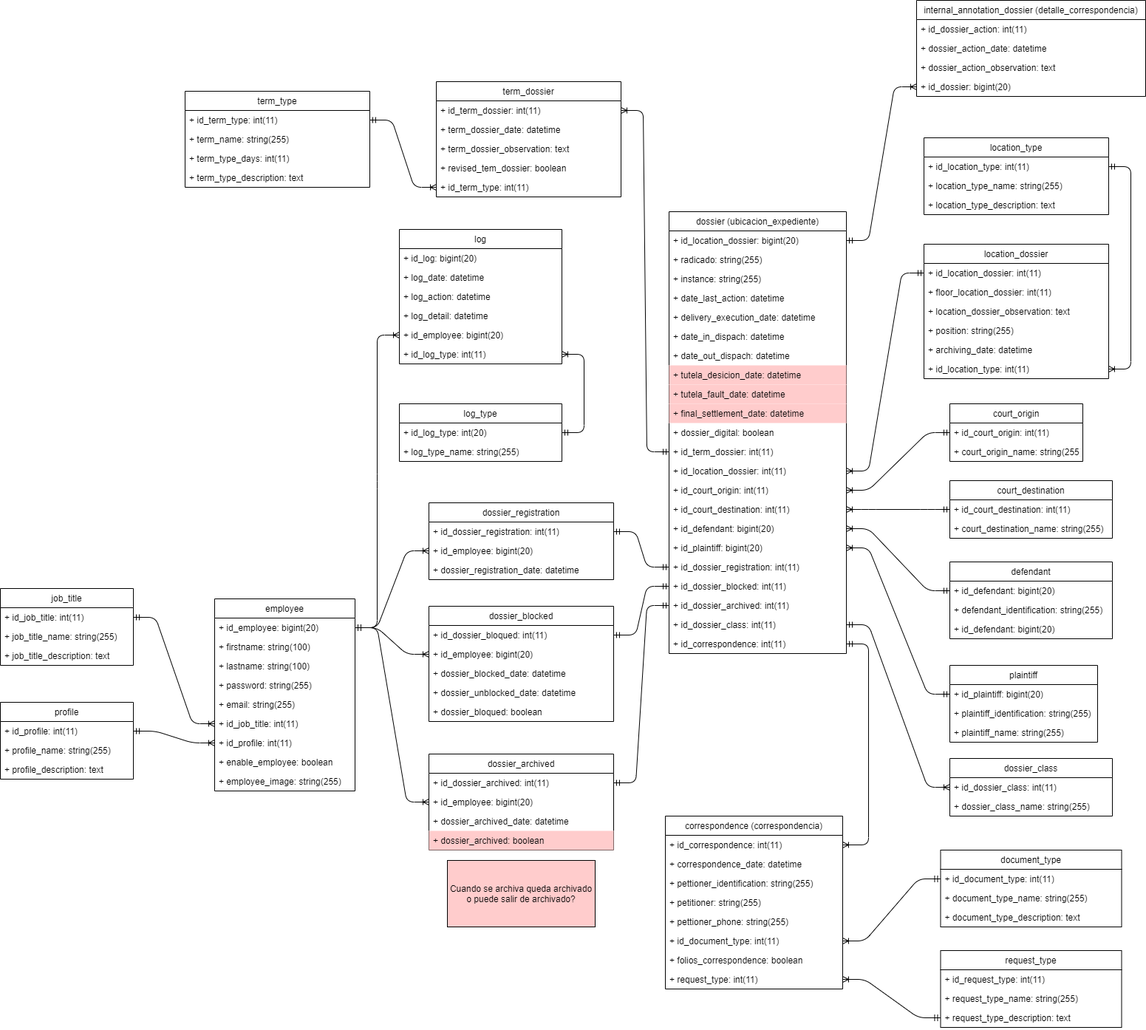
Earlier version of the draw.io export laborales/database/laborales.drawio.png (jonanv/ejecucion2). Source tidied: cells renumbered, new cells last; positions are measured from the earlier drawing's top-left corner, leaving out a move shared by most shapes.
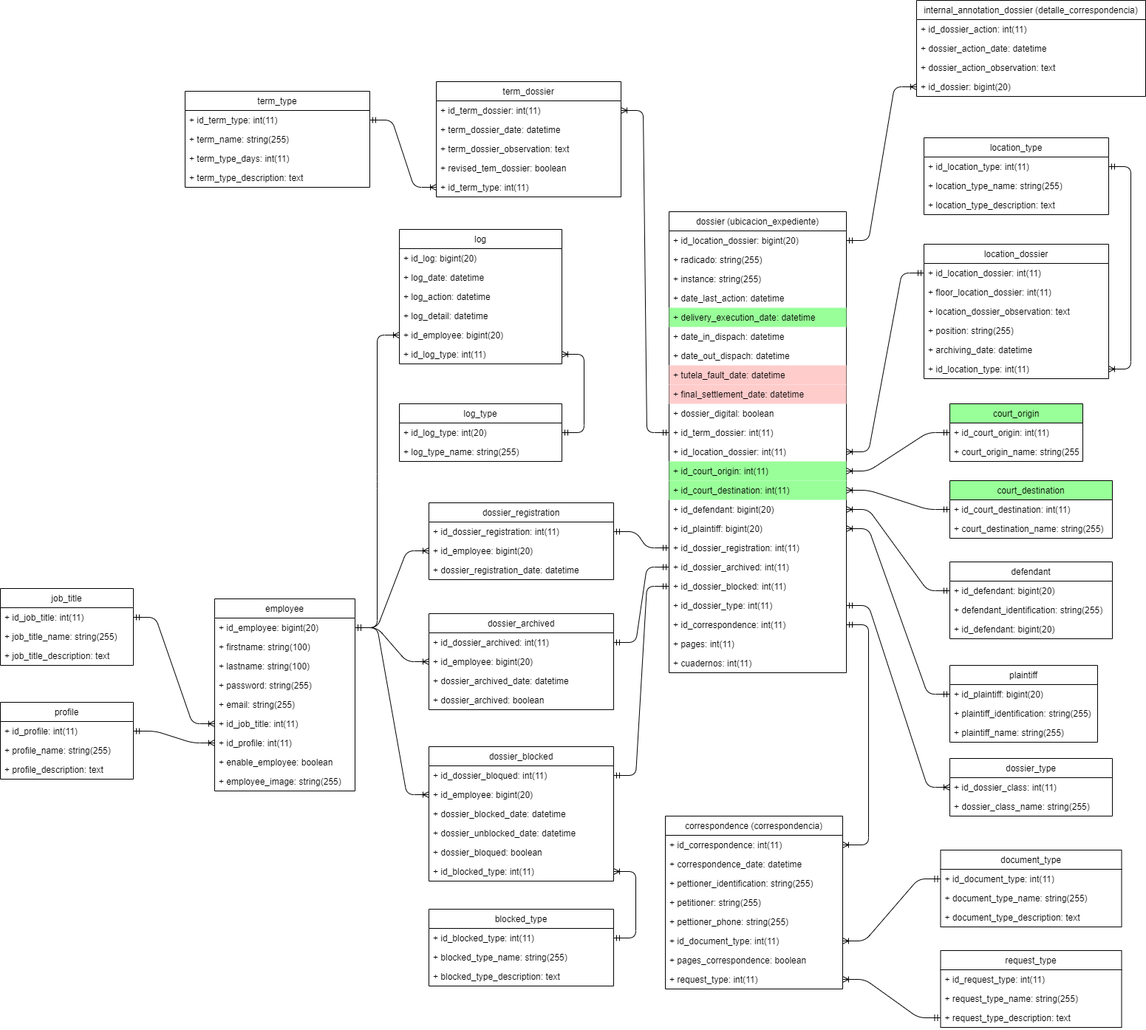
Above is the later version.

What changed in the source:
```diff
@@ -86,7 +86,7 @@
     <mxCell id="29" value="+ plaintiff_name: string(255)" style="text;strokeColor=none;fillColor=none;align=left;verticalAlign=top;spacingLeft=4;spacingRight=4;overflow=hidden;" parent="26" vertex="1">
       <mxGeometry y="78" width="200" height="26" as="geometry" />
     </mxCell>
-    <mxCell id="30" value="court_origin" style="swimlane;fontStyle=0;horizontal=1;startSize=26;fillColor=none;" parent="1" vertex="1">
+    <mxCell id="30" value="court_origin" style="swimlane;fontStyle=0;horizontal=1;startSize=26;fillColor=#99FF99;" parent="1" vertex="1">
       <mxGeometry x="1285" y="546" width="180" height="78" as="geometry" />
     </mxCell>
     <mxCell id="31" value="+ id_court_origin: int(11)" style="text;strokeColor=none;fillColor=none;align=left;verticalAlign=top;spacingLeft=4;spacingRight=4;overflow=hidden;points=[[0,0.5],[1,0.5]];portConstraint=eastwest;" parent="30" vertex="1">
@@ -95,7 +95,7 @@
     <mxCell id="32" value="+ court_origin_name: string(255)" style="text;strokeColor=none;fillColor=none;align=left;verticalAlign=top;spacingLeft=4;spacingRight=4;overflow=hidden;" parent="30" vertex="1">
       <mxGeometry y="52" width="180" height="26" as="geometry" />
     </mxCell>
-    <mxCell id="33" value="court_destination" style="swimlane;fontStyle=0;horizontal=1;startSize=26;fillColor=none;" parent="1" vertex="1">
+    <mxCell id="33" value="court_destination" style="swimlane;fontStyle=0;horizontal=1;startSize=26;fillColor=#99FF99;" parent="1" vertex="1">
       <mxGeometry x="1285" y="650" width="220" height="78" as="geometry" />
     </mxCell>
     <mxCell id="34" value="+ id_court_destination: int(11)" style="text;strokeColor=none;fillColor=none;align=left;verticalAlign=top;spacingLeft=4;spacingRight=4;overflow=hidden;points=[[0,0.5],[1,0.5]];portConstraint=eastwest;" parent="33" vertex="1">
@@ -105,7 +105,7 @@
       <mxGeometry y="52" width="220" height="26" as="geometry" />
     </mxCell>
     <mxCell id="36" value="dossier (ubicacion_expediente)" style="swimlane;fontStyle=0;horizontal=1;startSize=26;fillColor=none;" parent="1" vertex="1">
-      <mxGeometry x="905" y="286" width="240" height="598" as="geometry" />
+      <mxGeometry x="905" y="286" width="240" height="624" as="geometry" />
     </mxCell>
     <mxCell id="37" value="+ id_location_dossier: bigint(20)" style="text;strokeColor=none;fillColor=none;align=left;verticalAlign=top;spacingLeft=4;spacingRight=4;overflow=hidden;points=[[0,0.5],[1,0.5]];portConstraint=eastwest;" parent="36" vertex="1">
       <mxGeometry y="26" width="240" height="26" as="geometry" />
@@ -119,7 +119,7 @@
     <mxCell id="40" value="+ date_last_action: datetime" style="text;strokeColor=none;fillColor=none;align=left;verticalAlign=top;spacingLeft=4;spacingRight=4;overflow=hidden;" parent="36" vertex="1">
       <mxGeometry y="104" width="240" height="26" as="geometry" />
     </mxCell>
-    <mxCell id="41" value="+ delivery_execution_date: datetime" style="text;strokeColor=none;fillColor=none;align=left;verticalAlign=top;spacingLeft=4;spacingRight=4;overflow=hidden;" parent="36" vertex="1">
+    <mxCell id="41" value="+ delivery_execution_date: datetime" style="text;strokeColor=none;fillColor=#99FF99;align=left;verticalAlign=top;spacingLeft=4;spacingRight=4;overflow=hidden;" parent="36" vertex="1">
       <mxGeometry y="130" width="240" height="26" as="geometry" />
     </mxCell>
     <mxCell id="42" value="+ date_in_dispach: datetime" style="text;strokeColor=none;fillColor=none;align=left;verticalAlign=top;spacingLeft=4;spacingRight=4;overflow=hidden;" parent="36" vertex="1">
@@ -128,51 +128,54 @@
     <mxCell id="43" value="+ date_out_dispach: datetime" style="text;strokeColor=none;fillColor=none;align=left;verticalAlign=top;spacingLeft=4;spacingRight=4;overflow=hidden;" parent="36" vertex="1">
       <mxGeometry y="182" width="240" height="26" as="geometry" />
     </mxCell>
-    <mxCell id="44" value="+ tutela_desicion_date: datetime" style="text;strokeColor=none;fillColor=#FFCCCC;align=left;verticalAlign=top;spacingLeft=4;spacingRight=4;overflow=hidden;" parent="36" vertex="1">
-      <mxGeometry y="208" width="240" height="26" as="geometry" />
-    </mxCell>
     <mxCell id="45" value="+ tutela_fault_date: datetime" style="text;strokeColor=none;fillColor=#FFCCCC;align=left;verticalAlign=top;spacingLeft=4;spacingRight=4;overflow=hidden;" parent="36" vertex="1">
-      <mxGeometry y="234" width="240" height="26" as="geometry" />
+      <mxGeometry y="208" width="240" height="26" as="geometry" />
     </mxCell>
     <mxCell id="46" value="+ final_settlement_date: datetime" style="text;strokeColor=none;fillColor=#FFCCCC;align=left;verticalAlign=top;spacingLeft=4;spacingRight=4;overflow=hidden;" parent="36" vertex="1">
-      <mxGeometry y="260" width="240" height="26" as="geometry" />
+      <mxGeometry y="234" width="240" height="26" as="geometry" />
     </mxCell>
     <mxCell id="47" value="+ dossier_digital: boolean" style="text;strokeColor=none;fillColor=none;align=left;verticalAlign=top;spacingLeft=4;spacingRight=4;overflow=hidden;" parent="36" vertex="1">
-      <mxGeometry y="286" width="240" height="26" as="geometry" />
+      <mxGeometry y="260" width="240" height="26" as="geometry" />
     </mxCell>
     <mxCell id="48" value="+ id_term_dossier: int(11)" style="text;strokeColor=none;fillColor=none;align=left;verticalAlign=top;spacingLeft=4;spacingRight=4;overflow=hidden;points=[[0,0.5],[1,0.5]];portConstraint=eastwest;" parent="36" vertex="1">
-      <mxGeometry y="312" width="240" height="26" as="geometry" />
+      <mxGeometry y="286" width="240" height="26" as="geometry" />
     </mxCell>
     <mxCell id="49" value="+ id_location_dossier: int(11)" style="text;strokeColor=none;fillColor=none;align=left;verticalAlign=top;spacingLeft=4;spacingRight=4;overflow=hidden;points=[[0,0.5],[1,0.5]];portConstraint=eastwest;" parent="36" vertex="1">
-      <mxGeometry y="338" width="240" height="26" as="geometry" />
+      <mxGeometry y="312" width="240" height="26" as="geometry" />
     </mxCell>
-    <mxCell id="50" value="+ id_court_origin: int(11)" style="text;strokeColor=none;fillColor=none;align=left;verticalAlign=top;spacingLeft=4;spacingRight=4;overflow=hidden;points=[[0,0.5],[1,0.5]];portConstraint=eastwest;" parent="36" vertex="1">
-      <mxGeometry y="364" width="240" height="26" as="geometry" />
+    <mxCell id="50" value="+ id_court_origin: int(11)" style="text;strokeColor=none;fillColor=#99FF99;align=left;verticalAlign=top;spacingLeft=4;spacingRight=4;overflow=hidden;points=[[0,0.5],[1,0.5]];portConstraint=eastwest;" parent="36" vertex="1">
+      <mxGeometry y="338" width="240" height="26" as="geometry" />
     </mxCell>
-    <mxCell id="51" value="+ id_court_destination: int(11)" style="text;strokeColor=none;fillColor=none;align=left;verticalAlign=top;spacingLeft=4;spacingRight=4;overflow=hidden;points=[[0,0.5],[1,0.5]];portConstraint=eastwest;" parent="36" vertex="1">
-      <mxGeometry y="390" width="240" height="26" as="geometry" />
+    <mxCell id="51" value="+ id_court_destination: int(11)" style="text;strokeColor=none;fillColor=#99FF99;align=left;verticalAlign=top;spacingLeft=4;spacingRight=4;overflow=hidden;points=[[0,0.5],[1,0.5]];portConstraint=eastwest;" parent="36" vertex="1">
+      <mxGeometry y="364" width="240" height="26" as="geometry" />
     </mxCell>
     <mxCell id="52" value="+ id_defendant: bigint(20)" style="text;strokeColor=none;fillColor=none;align=left;verticalAlign=top;spacingLeft=4;spacingRight=4;overflow=hidden;points=[[0,0.5],[1,0.5]];portConstraint=eastwest;" parent="36" vertex="1">
-      <mxGeometry y="416" width="240" height="26" as="geometry" />
+      <mxGeometry y="390" width="240" height="26" as="geometry" />
     </mxCell>
     <mxCell id="53" value="+ id_plaintiff: bigint(20)" style="text;strokeColor=none;fillColor=none;align=left;verticalAlign=top;spacingLeft=4;spacingRight=4;overflow=hidden;points=[[0,0.5],[1,0.5]];portConstraint=eastwest;" parent="36" vertex="1">
-      <mxGeometry y="442" width="240" height="26" as="geometry" />
+      <mxGeometry y="416" width="240" height="26" as="geometry" />
     </mxCell>
     <mxCell id="54" value="+ id_dossier_registration: int(11)" style="text;strokeColor=none;fillColor=none;align=left;verticalAlign=top;spacingLeft=4;spacingRight=4;overflow=hidden;points=[[0,0.5],[1,0.5]];portConstraint=eastwest;" parent="36" vertex="1">
-      <mxGeometry y="468" width="240" height="26" as="geometry" />
+      <mxGeometry y="442" width="240" height="26" as="geometry" />
     </mxCell>
+    <mxCell id="56" value="+ id_dossier_archived: int(11)" style="text;strokeColor=none;fillColor=none;align=left;verticalAlign=top;spacingLeft=4;spacingRight=4;overflow=hidden;points=[[0,0.5],[1,0.5]];portConstraint=eastwest;" parent="36" vertex="1">
+      <mxGeometry y="468" width="240" height="26" as="geometry" />
+    </mxCell>
     <mxCell id="55" value="+ id_dossier_blocked: int(11)" style="text;strokeColor=none;fillColor=none;align=left;verticalAlign=top;spacingLeft=4;spacingRight=4;overflow=hidden;points=[[0,0.5],[1,0.5]];portConstraint=eastwest;" parent="36" vertex="1">
       <mxGeometry y="494" width="240" height="26" as="geometry" />
     </mxCell>
-    <mxCell id="56" value="+ id_dossier_archived: int(11)" style="text;strokeColor=none;fillColor=none;align=left;verticalAlign=top;spacingLeft=4;spacingRight=4;overflow=hidden;points=[[0,0.5],[1,0.5]];portConstraint=eastwest;" parent="36" vertex="1">
-      <mxGeometry y="520" width="240" height="26" as="geometry" />
-    </mxCell>
-    <mxCell id="57" value="+ id_dossier_class: int(11)" style="text;strokeColor=none;fillColor=none;align=left;verticalAlign=top;spacingLeft=4;spacingRight=4;overflow=hidden;points=[[0,0.5],[1,0.5]];portConstraint=eastwest;" parent="36" vertex="1">
-      <mxGeometry y="546" width="240" height="26" as="geometry" />
+    <mxCell id="57" value="+ id_dossier_type: int(11)" style="text;strokeColor=none;fillColor=none;align=left;verticalAlign=top;spacingLeft=4;spacingRight=4;overflow=hidden;points=[[0,0.5],[1,0.5]];portConstraint=eastwest;" parent="36" vertex="1">
+      <mxGeometry y="520" width="240" height="26" as="geometry" />
     </mxCell>
     <mxCell id="58" value="+ id_correspondence: int(11)" style="text;strokeColor=none;fillColor=none;align=left;verticalAlign=top;spacingLeft=4;spacingRight=4;overflow=hidden;points=[[0,0.5],[1,0.5]];portConstraint=eastwest;" parent="36" vertex="1">
-      <mxGeometry y="572" width="240" height="26" as="geometry" />
+      <mxGeometry y="546" width="240" height="26" as="geometry" />
     </mxCell>
+    <mxCell id="153" value="+ pages: int(11)" style="text;strokeColor=none;fillColor=none;align=left;verticalAlign=top;spacingLeft=4;spacingRight=4;overflow=hidden;" parent="36" vertex="1">
+      <mxGeometry y="572" width="240" height="26" as="geometry" />
+    </mxCell>
+    <mxCell id="154" value="+ cuadernos: int(11)" style="text;strokeColor=none;fillColor=none;align=left;verticalAlign=top;spacingLeft=4;spacingRight=4;overflow=hidden;" parent="36" vertex="1">
+      <mxGeometry y="598" width="240" height="26" as="geometry" />
+    </mxCell>
     <mxCell id="59" style="edgeStyle=entityRelationEdgeStyle;fontSize=12;html=1;endArrow=ERoneToMany;startArrow=ERmandOne;" parent="1" edge="1" source="31" target="50">
       <mxGeometry relative="1" as="geometry" />
     </mxCell>
@@ -188,7 +191,7 @@
     <mxCell id="63" style="edgeStyle=entityRelationEdgeStyle;fontSize=12;html=1;endArrow=ERoneToMany;startArrow=ERmandOne;" parent="1" edge="1" source="3" target="142">
       <mxGeometry relative="1" as="geometry" />
     </mxCell>
-    <mxCell id="64" value="dossier_class" style="swimlane;fontStyle=0;horizontal=1;startSize=26;fillColor=none;" parent="1" vertex="1">
+    <mxCell id="64" value="dossier_type" style="swimlane;fontStyle=0;horizontal=1;startSize=26;fillColor=none;" parent="1" vertex="1">
       <mxGeometry x="1285" y="1026" width="220" height="78" as="geometry" />
     </mxCell>
     <mxCell id="65" value="+ id_dossier_class: int(11)" style="text;strokeColor=none;fillColor=none;align=left;verticalAlign=top;spacingLeft=4;spacingRight=4;overflow=hidden;points=[[0,0.5],[1,0.5]];portConstraint=eastwest;" parent="64" vertex="1">
@@ -350,7 +353,7 @@
     <mxCell id="117" value="+ id_document_type: int(11)" style="text;strokeColor=none;fillColor=none;align=left;verticalAlign=top;spacingLeft=4;spacingRight=4;overflow=hidden;points=[[0,0.5],[1,0.5]];portConstraint=eastwest;" parent="111" vertex="1">
       <mxGeometry y="156" width="240" height="26" as="geometry" />
     </mxCell>
-    <mxCell id="118" value="+ folios_correspondence: boolean" style="text;strokeColor=none;fillColor=none;align=left;verticalAlign=top;spacingLeft=4;spacingRight=4;overflow=hidden;" parent="111" vertex="1">
+    <mxCell id="118" value="+ pages_correspondence: boolean" style="text;strokeColor=none;fillColor=none;align=left;verticalAlign=top;spacingLeft=4;spacingRight=4;overflow=hidden;" parent="111" vertex="1">
       <mxGeometry y="182" width="240" height="26" as="geometry" />
     </mxCell>
     <mxCell id="119" value="+ request_type: int(11)" style="text;strokeColor=none;fillColor=none;align=left;verticalAlign=top;spacingLeft=4;spacingRight=4;overflow=hidden;points=[[0,0.5],[1,0.5]];portConstraint=eastwest;" parent="111" vertex="1">
@@ -381,7 +384,7 @@
       <mxGeometry relative="1" as="geometry" />
     </mxCell>
     <mxCell id="128" value="dossier_blocked" style="swimlane;fontStyle=0;horizontal=1;startSize=26;fillColor=none;" parent="1" vertex="1">
-      <mxGeometry x="580" y="820" width="250" height="156" as="geometry" />
+      <mxGeometry x="580" y="1010" width="250" height="182" as="geometry" />
     </mxCell>
     <mxCell id="129" value="+ id_dossier_bloqued: int(11)" style="text;strokeColor=none;fillColor=none;align=left;verticalAlign=top;spacingLeft=4;spacingRight=4;overflow=hidden;points=[[0,0.5],[1,0.5]];portConstraint=eastwest;" parent="128" vertex="1">
       <mxGeometry y="26" width="250" height="26" as="geometry" />
@@ -398,6 +401,9 @@
     <mxCell id="133" value="+ dossier_bloqued: boolean" style="text;strokeColor=none;fillColor=none;align=left;verticalAlign=top;spacingLeft=4;spacingRight=4;overflow=hidden;" parent="128" vertex="1">
       <mxGeometry y="130" width="250" height="26" as="geometry" />
     </mxCell>
+    <mxCell id="155" value="+ id_blocked_type: int(11)" style="text;strokeColor=none;fillColor=none;align=left;verticalAlign=top;spacingLeft=4;spacingRight=4;overflow=hidden;points=[[0,0.5],[1,0.5]];portConstraint=eastwest;" parent="128" vertex="1">
+      <mxGeometry y="156" width="250" height="26" as="geometry" />
+    </mxCell>
     <mxCell id="134" style="edgeStyle=entityRelationEdgeStyle;fontSize=12;html=1;endArrow=ERmandOne;startArrow=ERmandOne;" parent="1" edge="1" source="129" target="55">
       <mxGeometry relative="1" as="geometry" />
     </mxCell>
@@ -417,7 +423,7 @@
       <mxGeometry relative="1" as="geometry" />
     </mxCell>
     <mxCell id="140" value="dossier_archived" style="swimlane;fontStyle=0;horizontal=1;startSize=26;fillColor=none;" parent="1" vertex="1">
-      <mxGeometry x="580" y="1020" width="250" height="130" as="geometry" />
+      <mxGeometry x="580" y="830" width="250" height="130" as="geometry" />
     </mxCell>
     <mxCell id="141" value="+ id_dossier_archived: int(11)" style="text;strokeColor=none;fillColor=none;align=left;verticalAlign=top;spacingLeft=4;spacingRight=4;overflow=hidden;points=[[0,0.5],[1,0.5]];portConstraint=eastwest;" parent="140" vertex="1">
       <mxGeometry y="26" width="250" height="26" as="geometry" />
@@ -428,7 +434,7 @@
     <mxCell id="143" value="+ dossier_archived_date: datetime" style="text;strokeColor=none;fillColor=none;align=left;verticalAlign=top;spacingLeft=4;spacingRight=4;overflow=hidden;" parent="140" vertex="1">
       <mxGeometry y="78" width="250" height="26" as="geometry" />
     </mxCell>
-    <mxCell id="144" value="+ dossier_archived: boolean" style="text;strokeColor=none;fillColor=#FFCCCC;align=left;verticalAlign=top;spacingLeft=4;spacingRight=4;overflow=hidden;" parent="140" vertex="1">
+    <mxCell id="144" value="+ dossier_archived: boolean" style="text;strokeColor=none;fillColor=none;align=left;verticalAlign=top;spacingLeft=4;spacingRight=4;overflow=hidden;" parent="140" vertex="1">
       <mxGeometry y="104" width="250" height="26" as="geometry" />
     </mxCell>
     <mxCell id="145" style="edgeStyle=entityRelationEdgeStyle;fontSize=12;html=1;endArrow=ERmandOne;startArrow=ERmandOne;" parent="1" edge="1" source="141" target="56">
@@ -449,11 +455,23 @@
     <mxCell id="150" style="edgeStyle=entityRelationEdgeStyle;fontSize=12;html=1;endArrow=ERmandOne;startArrow=ERmandOne;" parent="1" edge="1" source="147" target="54">
       <mxGeometry relative="1" as="geometry" />
     </mxCell>
-    <mxCell id="151" value="Cuando se archiva queda archivado o puede salir de archivado?" style="whiteSpace=wrap;html=1;align=center;fillColor=#FFCCCC;" parent="1" vertex="1">
-      <mxGeometry x="605" y="1164" width="200" height="90" as="geometry" />
-    </mxCell>
     <mxCell id="152" style="edgeStyle=entityRelationEdgeStyle;fontSize=12;html=1;endArrow=ERoneToMany;startArrow=ERmandOne;" parent="1" edge="1" source="3" target="72">
       <mxGeometry relative="1" as="geometry" />
     </mxCell>
+    <mxCell id="156" value="blocked_type" style="swimlane;fontStyle=0;horizontal=1;startSize=26;fillColor=none;" parent="1" vertex="1">
+      <mxGeometry x="580" y="1230" width="250" height="104" as="geometry" />
+    </mxCell>
+    <mxCell id="157" value="+ id_blocked_type: int(11)" style="text;strokeColor=none;fillColor=none;align=left;verticalAlign=top;spacingLeft=4;spacingRight=4;overflow=hidden;points=[[0,0.5],[1,0.5]];portConstraint=eastwest;" parent="156" vertex="1">
+      <mxGeometry y="26" width="250" height="26" as="geometry" />
+    </mxCell>
+    <mxCell id="158" value="+ blocked_type_name: string(255)" style="text;strokeColor=none;fillColor=none;align=left;verticalAlign=top;spacingLeft=4;spacingRight=4;overflow=hidden;" parent="156" vertex="1">
+      <mxGeometry y="52" width="250" height="26" as="geometry" />
+    </mxCell>
+    <mxCell id="159" value="+ blocked_type_description: text" style="text;strokeColor=none;fillColor=none;align=left;verticalAlign=top;spacingLeft=4;spacingRight=4;overflow=hidden;" parent="156" vertex="1">
+      <mxGeometry y="78" width="250" height="26" as="geometry" />
+    </mxCell>
+    <mxCell id="160" style="edgeStyle=entityRelationEdgeStyle;fontSize=12;html=1;endArrow=ERoneToMany;startArrow=ERmandOne;" parent="1" edge="1" source="157" target="155">
+      <mxGeometry relative="1" as="geometry" />
+    </mxCell>
   </root>
 </mxGraphModel>
```
